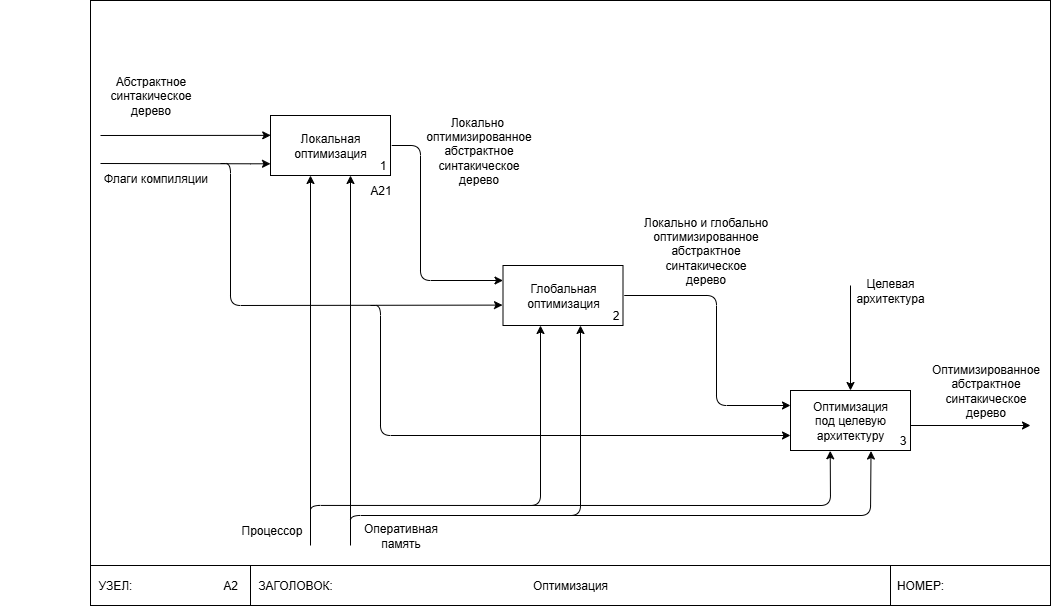
Before: sysanal/hw/sysanal_hw-A2.drawio.png, a diagram exported from draw.io (vzalygin/bmstu-ics6). Source tidied: cells renumbered, new cells last; positions are measured from the earlier drawing's top-left corner, leaving out a move shared by most shapes.
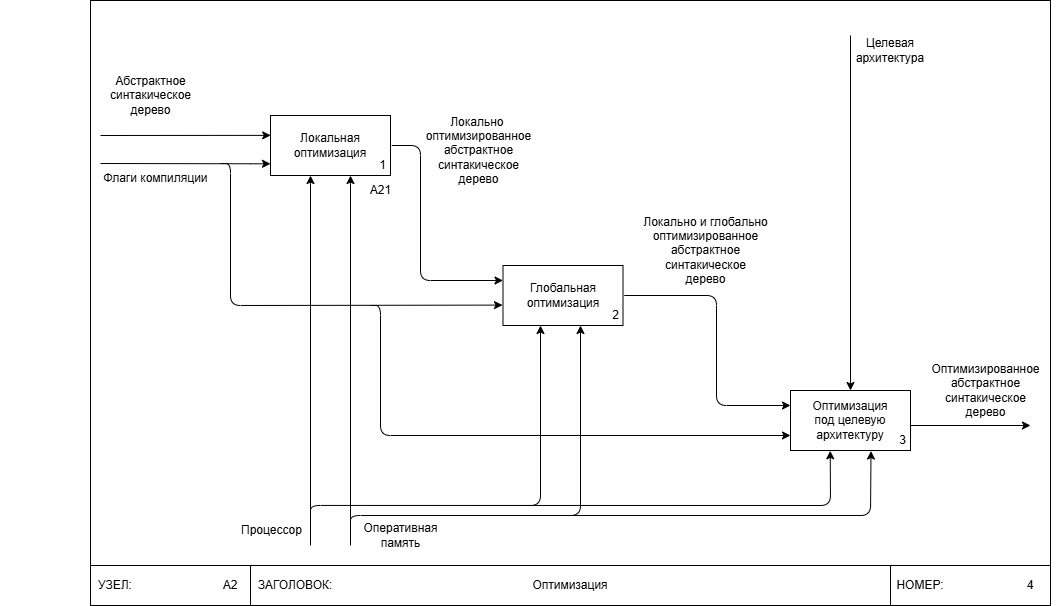
The same file after the commit.

What changed in the source:
```diff
@@ -123,11 +123,11 @@
       <mxGeometry x="90" y="163" width="130" height="30" as="geometry" />
     </mxCell>
     <mxCell id="31" value="Целевая архитектура" style="text;html=1;whiteSpace=wrap;strokeColor=none;fillColor=none;align=center;verticalAlign=middle;rounded=0;" parent="1" vertex="1">
-      <mxGeometry x="860" y="275" width="60" height="30" as="geometry" />
+      <mxGeometry x="860" y="35" width="60" height="30" as="geometry" />
     </mxCell>
     <mxCell id="32" style="endArrow=classic;html=1;rounded=0;entryX=0.5;entryY=0;entryDx=0;entryDy=0;" parent="1" edge="1" target="12">
       <mxGeometry relative="1" as="geometry">
-        <mxPoint x="850" y="285" as="sourcePoint" />
+        <mxPoint x="850" y="35" as="sourcePoint" />
       </mxGeometry>
     </mxCell>
     <mxCell id="33" value="A21" style="text;html=1;align=center;verticalAlign=middle;strokeColor=none;fillColor=none;" parent="1" vertex="1">
@@ -193,5 +193,8 @@
     <mxCell id="43" value="&lt;div&gt;Локально и глобально&lt;/div&gt;&lt;div&gt;оптимизированное&lt;/div&gt;абстрактное&lt;div&gt;синтакическое&lt;/div&gt;&lt;div&gt;дерево&lt;/div&gt;" style="text;html=1;align=center;verticalAlign=middle;strokeColor=none;fillColor=none;" parent="1" vertex="1">
       <mxGeometry x="630" y="205" width="150" height="90" as="geometry" />
     </mxCell>
+    <mxCell id="44" value="4" style="text;html=1;whiteSpace=wrap;strokeColor=none;fillColor=none;align=center;verticalAlign=middle;rounded=0;" parent="1" vertex="1">
+      <mxGeometry x="1000" y="570" width="60" height="30" as="geometry" />
+    </mxCell>
   </root>
 </mxGraphModel>
```
